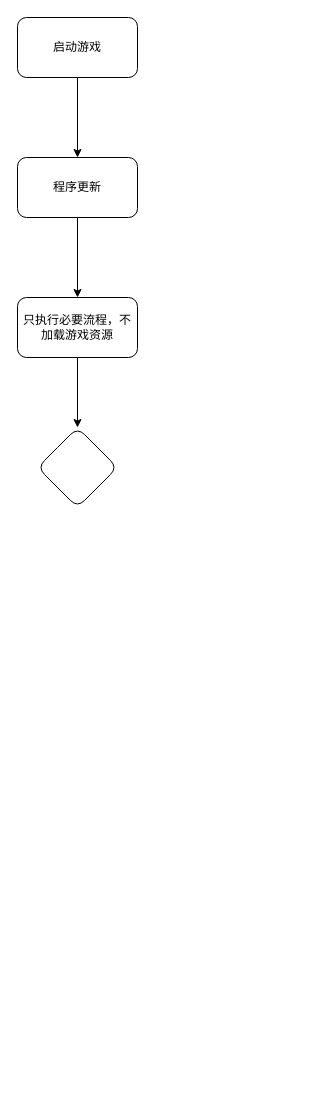
Before: UE5Demo/热更新/hotupdate.drawio in zentia/blog, a draw.io diagram. Source tidied: cells renumbered, new cells numbered last; positions are measured from the earlier drawing's top-left corner, leaving out a move shared by most shapes. Both pictures are drawn from the tidied source at 100%, with x=0, y=0 at pixel (17, 17).
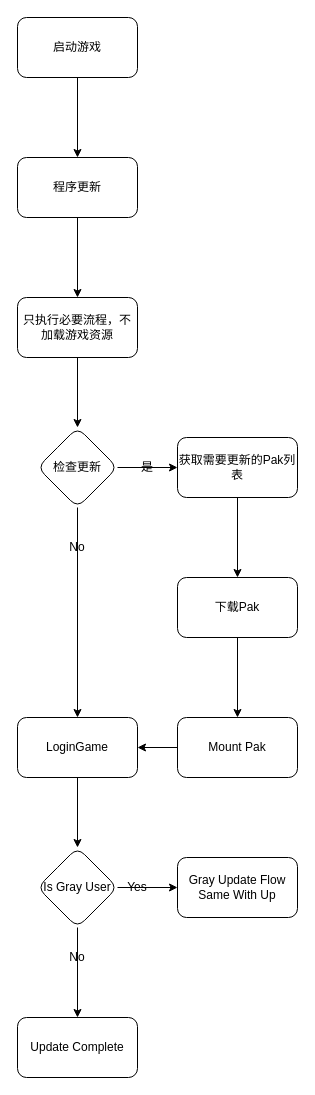
After the change.

Change to the diagram source:
```diff
@@
+    <mxCell id="9" style="edgeStyle=orthogonalEdgeStyle;rounded=0;jettySize=auto;html=1;" parent="1" edge="1" source="8" target="12">
+      <mxGeometry relative="1" as="geometry" />
+    </mxCell>
+    <mxCell id="10" style="edgeStyle=orthogonalEdgeStyle;rounded=0;jettySize=auto;html=1;" parent="1" edge="1" source="8" target="17">
+      <mxGeometry relative="1" as="geometry" />
+    </mxCell>
-    <mxCell id="8" style="rhombus;whiteSpace=wrap;html=1;rounded=1;" parent="1" vertex="1">
+    <mxCell id="8" value="检查更新" style="rhombus;whiteSpace=wrap;html=1;rounded=1;" parent="1" vertex="1">
       <mxGeometry x="20" y="410" width="80" height="80" as="geometry" />
     </mxCell>
+    <mxCell id="11" style="edgeStyle=orthogonalEdgeStyle;rounded=0;jettySize=auto;html=1;" parent="1" edge="1" source="12" target="15">
+      <mxGeometry relative="1" as="geometry" />
+    </mxCell>
+    <mxCell id="12" value="获取需要更新的Pak列表" style="whiteSpace=wrap;html=1;rounded=1;" parent="1" vertex="1">
+      <mxGeometry x="160" y="420" width="120" height="60" as="geometry" />
+    </mxCell>
+    <mxCell id="13" value="是" style="text;html=1;strokeColor=none;fillColor=none;align=center;verticalAlign=middle;whiteSpace=wrap;rounded=0;" parent="1" vertex="1">
+      <mxGeometry x="110" y="440" width="40" height="20" as="geometry" />
+    </mxCell>
+    <mxCell id="14" style="edgeStyle=orthogonalEdgeStyle;rounded=0;jettySize=auto;html=1;" parent="1" edge="1" source="15" target="20">
+      <mxGeometry relative="1" as="geometry" />
+    </mxCell>
+    <mxCell id="15" value="下载Pak" style="whiteSpace=wrap;html=1;rounded=1;" parent="1" vertex="1">
+      <mxGeometry x="160" y="560" width="120" height="60" as="geometry" />
+    </mxCell>
+    <mxCell id="16" style="edgeStyle=orthogonalEdgeStyle;rounded=0;jettySize=auto;html=1;" parent="1" edge="1" source="17" target="23">
+      <mxGeometry relative="1" as="geometry" />
+    </mxCell>
+    <mxCell id="17" value="LoginGame" style="whiteSpace=wrap;html=1;rounded=1;" parent="1" vertex="1">
+      <mxGeometry y="700" width="120" height="60" as="geometry" />
+    </mxCell>
+    <mxCell id="18" value="No" style="text;html=1;strokeColor=none;fillColor=none;align=center;verticalAlign=middle;whiteSpace=wrap;rounded=0;" parent="1" vertex="1">
+      <mxGeometry x="40" y="520" width="40" height="20" as="geometry" />
+    </mxCell>
+    <mxCell id="19" style="edgeStyle=orthogonalEdgeStyle;rounded=0;jettySize=auto;html=1;" parent="1" edge="1" source="20" target="17">
+      <mxGeometry relative="1" as="geometry" />
+    </mxCell>
+    <mxCell id="20" value="Mount Pak" style="whiteSpace=wrap;html=1;rounded=1;" parent="1" vertex="1">
+      <mxGeometry x="160" y="700" width="120" height="60" as="geometry" />
+    </mxCell>
+    <mxCell id="21" style="edgeStyle=orthogonalEdgeStyle;rounded=0;jettySize=auto;html=1;" parent="1" edge="1" source="23" target="24">
+      <mxGeometry relative="1" as="geometry" />
+    </mxCell>
+    <mxCell id="22" style="edgeStyle=orthogonalEdgeStyle;rounded=0;jettySize=auto;html=1;" parent="1" edge="1" source="23" target="26">
+      <mxGeometry relative="1" as="geometry" />
+    </mxCell>
+    <mxCell id="23" value="Is Gray User" style="rhombus;whiteSpace=wrap;html=1;rounded=1;" parent="1" vertex="1">
+      <mxGeometry x="20" y="830" width="80" height="80" as="geometry" />
+    </mxCell>
+    <mxCell id="24" value="Update Complete" style="whiteSpace=wrap;html=1;rounded=1;" parent="1" vertex="1">
+      <mxGeometry y="1000" width="120" height="60" as="geometry" />
+    </mxCell>
+    <mxCell id="25" value="No" style="text;html=1;strokeColor=none;fillColor=none;align=center;verticalAlign=middle;whiteSpace=wrap;rounded=0;" parent="1" vertex="1">
+      <mxGeometry x="40" y="930" width="40" height="20" as="geometry" />
+    </mxCell>
+    <mxCell id="26" value="Gray Update Flow Same With Up" style="whiteSpace=wrap;html=1;rounded=1;" parent="1" vertex="1">
+      <mxGeometry x="160" y="840" width="120" height="60" as="geometry" />
+    </mxCell>
+    <mxCell id="27" value="Yes" style="text;html=1;strokeColor=none;fillColor=none;align=center;verticalAlign=middle;whiteSpace=wrap;rounded=0;" parent="1" vertex="1">
+      <mxGeometry x="100" y="860" width="40" height="20" as="geometry" />
+    </mxCell>
```
